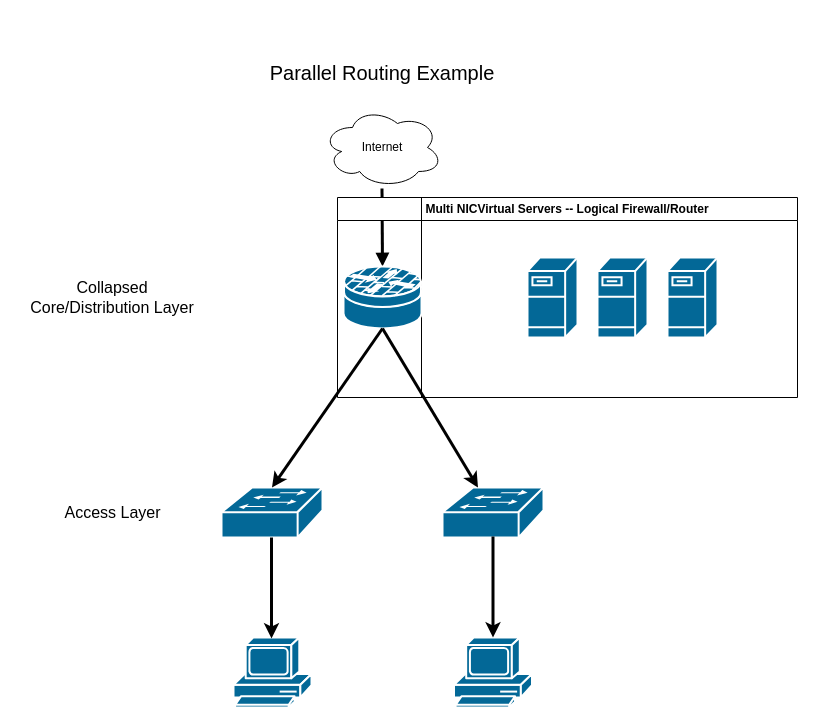
This is page "Parallel Routing" (1 of 3) of network_presentation.drawio from adamrt918/Diagram, a draw.io file, before an edit. Source tidied: cells renumbered, new cells numbered last; positions are measured from the earlier drawing's top-left corner, leaving out a move shared by most shapes. Both pictures are drawn from the tidied source at 100%, with x=0, y=0 at pixel (17, 17).
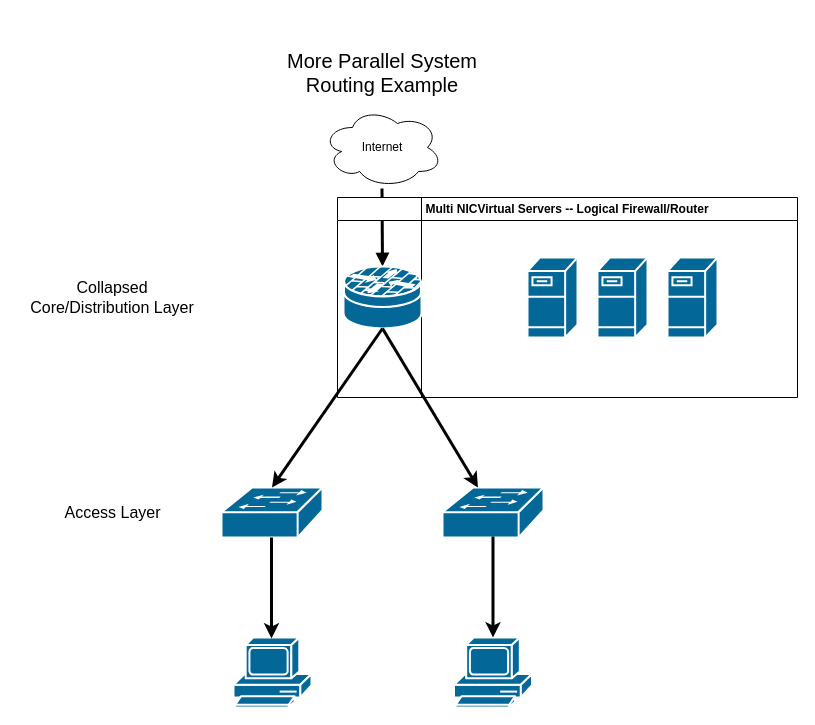
Above is the later version.

Diff of the diagram source:
```diff
@@
-    <mxCell id="4" value="Parallel Routing Example" style="text;html=1;align=center;verticalAlign=middle;whiteSpace=wrap;rounded=0;fontSize=20;" parent="1" vertex="1">
+    <mxCell id="4" value="More Parallel System Routing Example" style="text;html=1;align=center;verticalAlign=middle;whiteSpace=wrap;rounded=0;fontSize=20;" parent="1" vertex="1">
       <mxGeometry x="240" width="250" height="110" as="geometry" />
     </mxCell>
```
